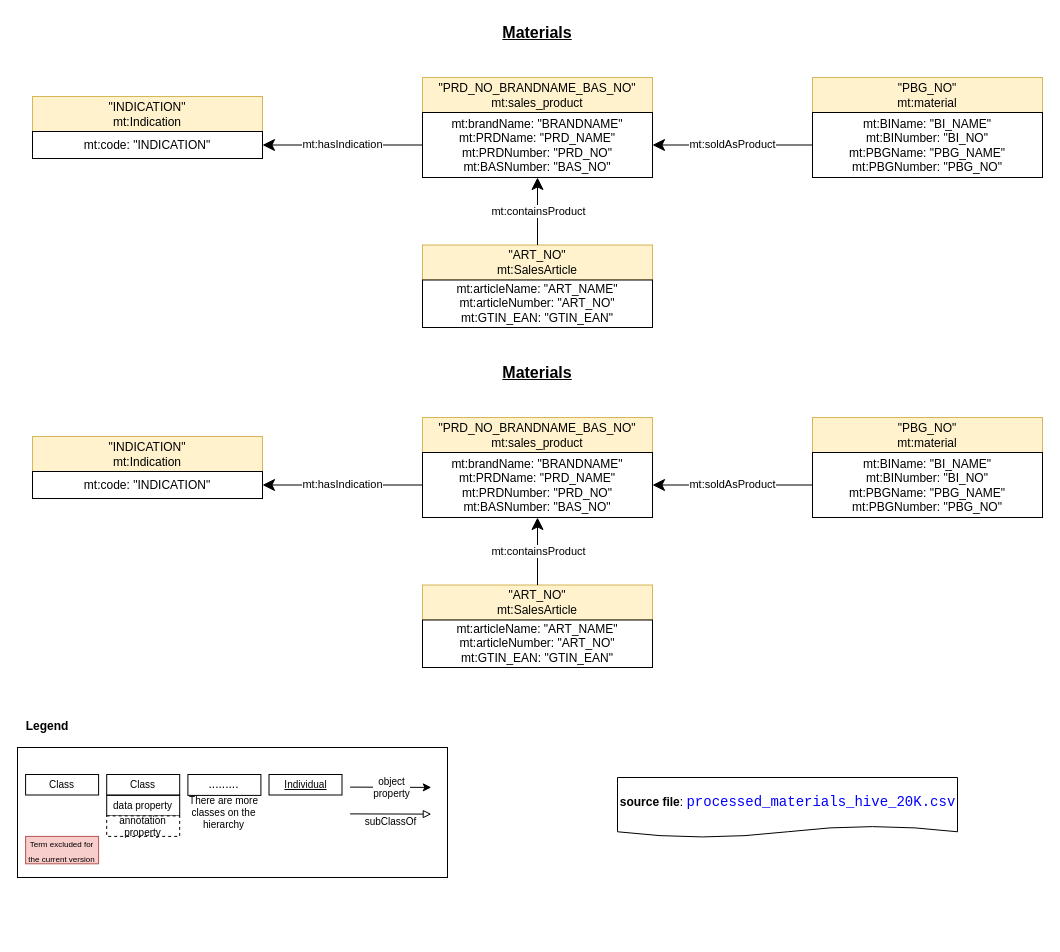
tecnomod-um/EvaluationGraphAlignmentMethods keeps this draw.io diagram as page "Materials" (1 of 15) of Materials/Figures/materials.drawio. Above is the earlier version. Source tidied: cells renumbered, new cells numbered last; positions are measured from the earlier drawing's top-left corner, leaving out a move shared by most shapes. Both pictures are drawn from the tidied source at 100%, with x=0, y=0 at pixel (17, 17).
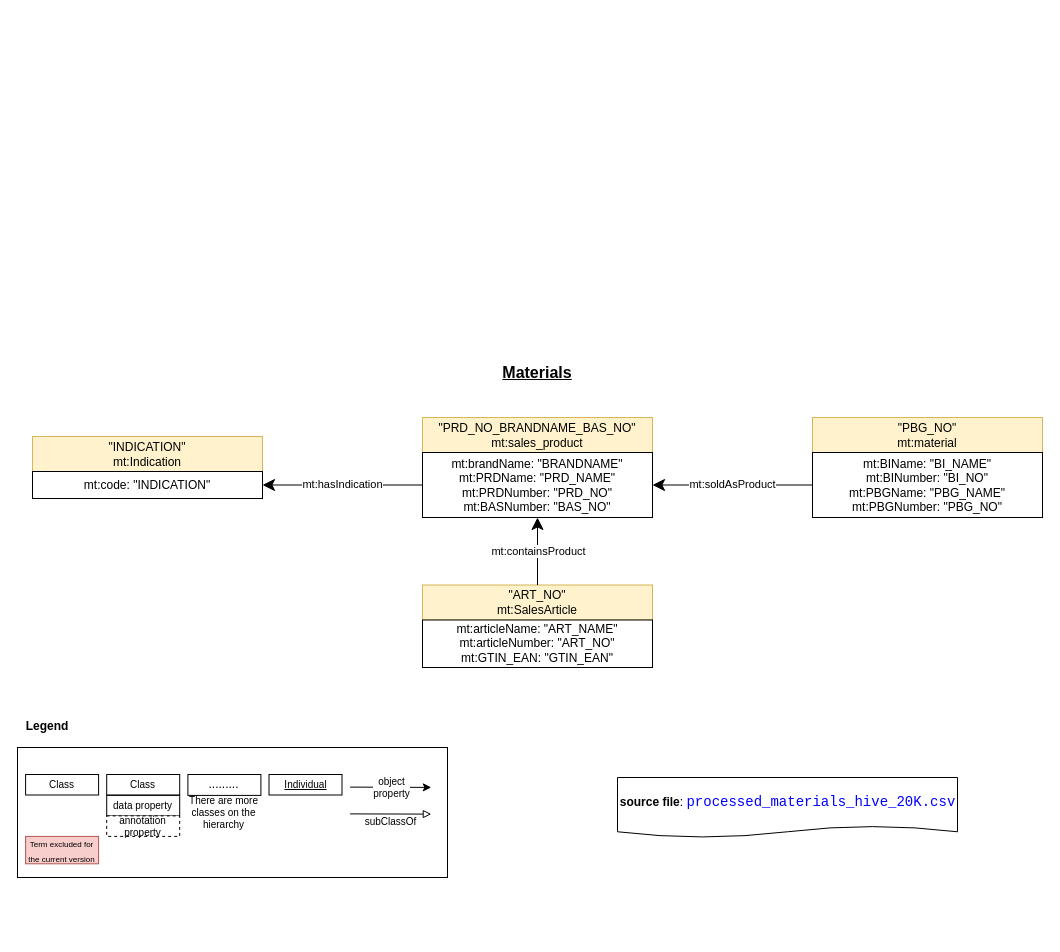
The same page after the edit.

Diff of the diagram source:
```diff
@@
-    <mxCell id="28" value="Materials" style="text;html=1;strokeColor=none;fillColor=none;align=center;verticalAlign=middle;whiteSpace=wrap;rounded=0;dashed=1;fontSize=16;fontStyle=5;" parent="1" vertex="1">
-      <mxGeometry x="470" width="100" height="30" as="geometry" />
-    </mxCell>
-    <mxCell id="29" value="&quot;ART_NO&quot;&lt;br&gt;mt:SalesArticle" style="rounded=0;whiteSpace=wrap;html=1;labelBackgroundColor=none;fillColor=#fff2cc;strokeColor=#d6b656;noLabel=0;" parent="1" vertex="1">
-      <mxGeometry x="405" y="227.5" width="230" height="35" as="geometry" />
-    </mxCell>
-    <mxCell id="30" value="mt:articleName: &quot;ART_NAME&quot;&lt;br&gt;mt:articleNumber: &quot;ART_NO&quot;&lt;br&gt;mt:GTIN_EAN: &quot;GTIN_EAN&quot;" style="rounded=0;whiteSpace=wrap;html=1;" parent="1" vertex="1">
-      <mxGeometry x="405" y="262.5" width="230" height="47.5" as="geometry" />
-    </mxCell>
-    <mxCell id="31" value="&quot;PRD_NO_BRANDNAME_BAS_NO&quot;&lt;br&gt;mt:sales_product" style="rounded=0;whiteSpace=wrap;html=1;labelBackgroundColor=none;fillColor=#fff2cc;strokeColor=#d6b656;noLabel=0;" parent="1" vertex="1">
-      <mxGeometry x="405" y="60" width="230" height="35" as="geometry" />
-    </mxCell>
-    <mxCell id="32" value="mt:brandName: &quot;BRANDNAME&quot;&lt;br&gt;mt:PRDName: &quot;PRD_NAME&quot;&lt;br&gt;mt:PRDNumber: &quot;PRD_NO&quot;&lt;br&gt;mt:BASNumber: &quot;BAS_NO&quot;" style="rounded=0;whiteSpace=wrap;html=1;" parent="1" vertex="1">
-      <mxGeometry x="405" y="95" width="230" height="65" as="geometry" />
-    </mxCell>
-    <mxCell id="33" value="mt:containsProduct" style="endArrow=classic;html=1;exitX=0.5;exitY=0;exitDx=0;exitDy=0;entryX=0.5;entryY=1;entryDx=0;entryDy=0;rounded=0;endSize=10;startArrow=none;startFill=0;startSize=7;" parent="1" edge="1" source="29" target="32">
-      <mxGeometry y="-1" relative="1" as="geometry" />
-    </mxCell>
-    <mxCell id="34" value="&quot;INDICATION&quot;&lt;br&gt;mt:Indication" style="rounded=0;whiteSpace=wrap;html=1;labelBackgroundColor=none;fillColor=#fff2cc;strokeColor=#d6b656;noLabel=0;" parent="1" vertex="1">
-      <mxGeometry x="15" y="79" width="230" height="35" as="geometry" />
-    </mxCell>
-    <mxCell id="35" value="mt:code: &quot;INDICATION&quot;" style="rounded=0;whiteSpace=wrap;html=1;" parent="1" vertex="1">
-      <mxGeometry x="15" y="114" width="230" height="27" as="geometry" />
-    </mxCell>
-    <mxCell id="36" value="mt:hasIndication" style="endArrow=classic;html=1;exitX=0;exitY=0.5;exitDx=0;exitDy=0;entryX=1;entryY=0.5;entryDx=0;entryDy=0;rounded=0;endSize=10;startArrow=none;startFill=0;startSize=7;" parent="1" edge="1" source="32" target="35">
-      <mxGeometry y="-1" relative="1" as="geometry" />
-    </mxCell>
-    <mxCell id="37" value="&quot;PBG_NO&quot;&lt;br&gt;mt:material" style="rounded=0;whiteSpace=wrap;html=1;labelBackgroundColor=none;fillColor=#fff2cc;strokeColor=#d6b656;noLabel=0;" parent="1" vertex="1">
-      <mxGeometry x="795" y="60" width="230" height="35" as="geometry" />
-    </mxCell>
-    <mxCell id="38" value="mt:BIName: &quot;BI_NAME&quot;&lt;br&gt;mt:BINumber: &quot;BI_NO&quot;&lt;br&gt;mt:PBGName: &quot;PBG_NAME&quot;&lt;br&gt;mt:PBGNumber: &quot;PBG_NO&quot;" style="rounded=0;whiteSpace=wrap;html=1;" parent="1" vertex="1">
-      <mxGeometry x="795" y="95" width="230" height="65" as="geometry" />
-    </mxCell>
-    <mxCell id="39" value="mt:soldAsProduct" style="endArrow=classic;html=1;exitX=0;exitY=0.5;exitDx=0;exitDy=0;entryX=1;entryY=0.5;entryDx=0;entryDy=0;rounded=0;endSize=10;startArrow=none;startFill=0;startSize=7;" parent="1" edge="1" source="38">
-      <mxGeometry y="-1" relative="1" as="geometry">
-        <mxPoint x="635" y="127.5" as="targetPoint" />
-      </mxGeometry>
-    </mxCell>
```
